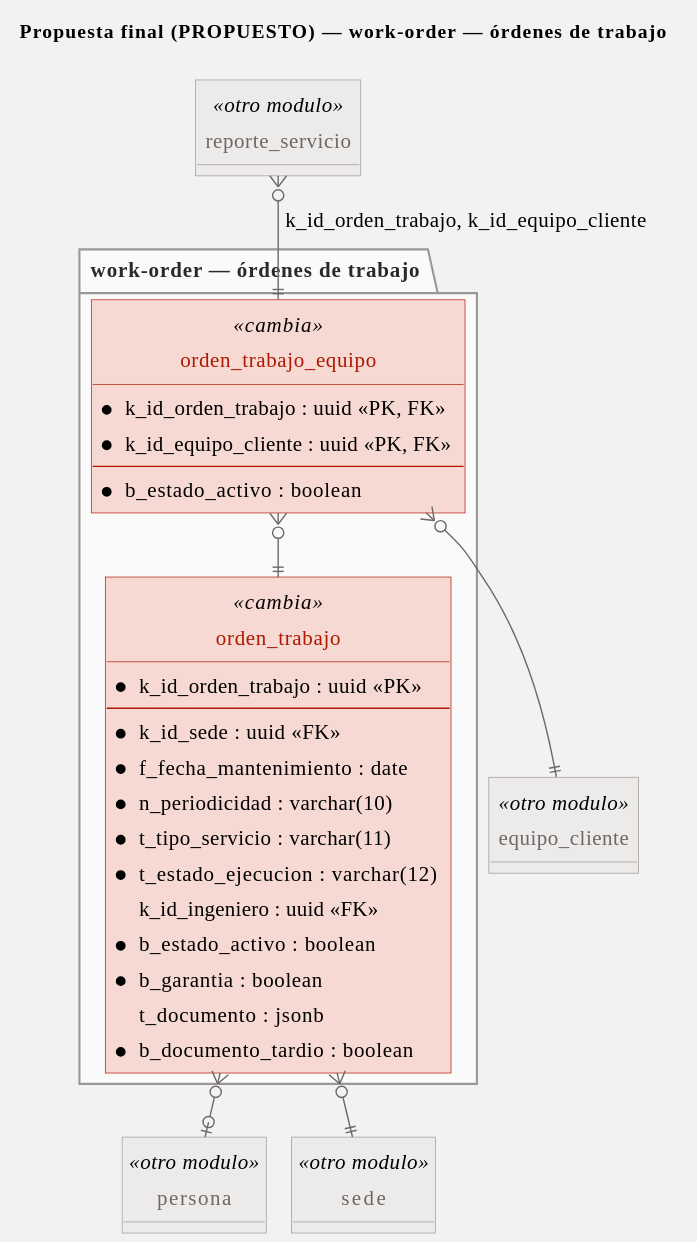
Above: Documentation/DatabaseDesign/refactor-3fn/2-final/modulos/work-order.svg in SeanBol222/MalphasOs (PlantUML), before the change.
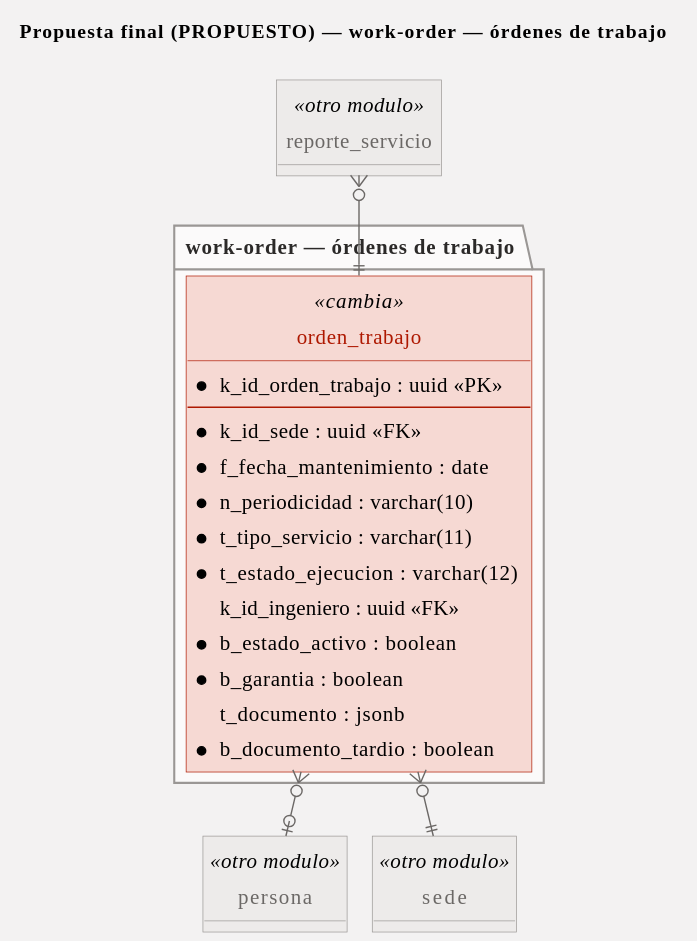
Above is the later version.

Diff of the diagram source:
```diff
@@ -58,14 +58,6 @@
   t_documento : jsonb
   * b_documento_tardio : boolean
 }
-entity "orden_trabajo_equipo" as orden_trabajo_equipo <<cambia>> {
-  * k_id_orden_trabajo : uuid <<PK, FK>>
-  * k_id_equipo_cliente : uuid <<PK, FK>>
-  --
-  * b_estado_activo : boolean
-}
-}
-entity "equipo_cliente" as equipo_cliente <<otro modulo>> {
 }
 entity "persona" as persona <<otro modulo>> {
 }
@@ -74,10 +66,8 @@
 entity "sede" as sede <<otro modulo>> {
 }
 orden_trabajo }o--o| persona
-orden_trabajo_equipo }o--|| equipo_cliente
-orden_trabajo_equipo }o--|| orden_trabajo
-reporte_servicio }o--|| orden_trabajo_equipo : k_id_orden_trabajo, k_id_equipo_cliente
 orden_trabajo }o--|| sede
+reporte_servicio }o--|| orden_trabajo
 skinparam class<<otro modulo>> {
   BackgroundColor #EDEBEA
   BorderColor #9A9795
```
